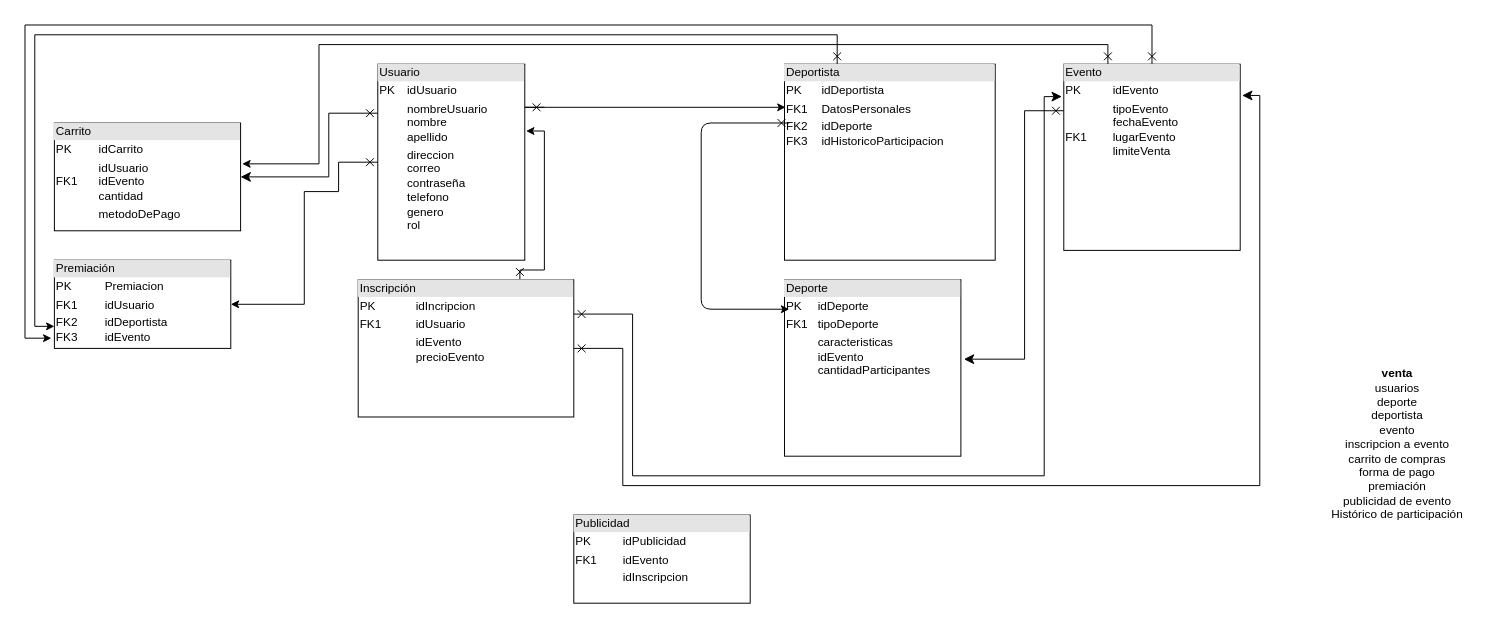
This is dataBase.drawio from cxrdonx/webApplication, a draw.io file, before an edit. Source tidied: cells renumbered, new cells numbered last; positions are measured from the earlier drawing's top-left corner, leaving out a move shared by most shapes. Both pictures are drawn from the tidied source at 98%, with x=0, y=0 at pixel (24, 24).
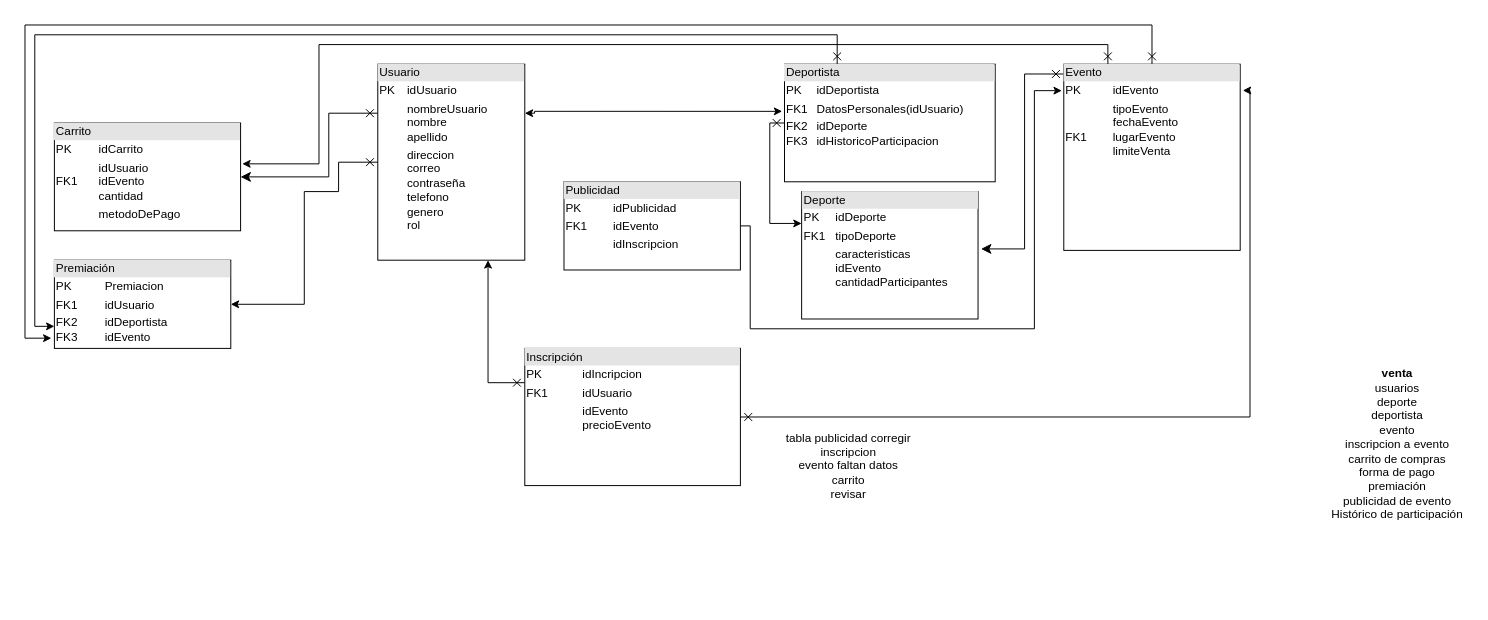
After the change.

Unchanged cells that the change refers to:
```xml
<mxCell id="6" value="&lt;div style=&quot;box-sizing: border-box ; width: 100% ; background: #e4e4e4 ; padding: 2px&quot;&gt;Usuario&lt;br&gt;&lt;/div&gt;&lt;table style=&quot;width: 100% ; font-size: 1em&quot; cellspacing=&quot;0&quot; cellpadding=&quot;2&quot;&gt;&lt;tbody&gt;&lt;tr&gt;&lt;td&gt;PK&lt;/td&gt;&lt;td&gt;idUsuario&lt;br&gt;&lt;/td&gt;&lt;/tr&gt;&lt;tr&gt;&lt;td&gt;&lt;br&gt;&lt;/td&gt;&lt;td&gt;nombreUsuario&lt;br&gt;nombre&lt;br&gt;apellido&lt;br&gt;&lt;/td&gt;&lt;/tr&gt;&lt;tr&gt;&lt;td&gt;&lt;br&gt;&lt;/td&gt;&lt;td&gt;direccion&lt;br&gt;correo&lt;br&gt;contraseña&lt;br&gt;telefono&lt;br&gt;genero&lt;br&gt;rol&lt;br&gt;&lt;br&gt;&lt;/td&gt;&lt;/tr&gt;&lt;/tbody&gt;&lt;/table&gt;" style="verticalAlign=top;align=left;overflow=fill;html=1;" parent="1" vertex="1">
  <mxGeometry x="360" y="40" width="150" height="200" as="geometry" />
</mxCell>
<mxCell id="11" value="&lt;div style=&quot;box-sizing: border-box ; width: 100% ; background: #e4e4e4 ; padding: 2px&quot;&gt;Evento&lt;br&gt;&lt;/div&gt;&lt;table style=&quot;width: 100% ; font-size: 1em&quot; cellspacing=&quot;0&quot; cellpadding=&quot;2&quot;&gt;&lt;tbody&gt;&lt;tr&gt;&lt;td&gt;PK&lt;/td&gt;&lt;td&gt;idEvento&lt;br&gt;&lt;/td&gt;&lt;/tr&gt;&lt;tr&gt;&lt;td&gt;FK1&lt;/td&gt;&lt;td&gt;tipoEvento&lt;br&gt;fechaEvento&lt;br&gt;lugarEvento&lt;br&gt;limiteVenta&lt;br&gt;&lt;br&gt;&lt;/td&gt;&lt;/tr&gt;&lt;tr&gt;&lt;td&gt;&lt;br&gt;&lt;/td&gt;&lt;td&gt;&lt;br&gt;&lt;/td&gt;&lt;/tr&gt;&lt;/tbody&gt;&lt;/table&gt;" style="verticalAlign=top;align=left;overflow=fill;html=1;" parent="1" vertex="1">
  <mxGeometry x="1060" y="40" width="180" height="190" as="geometry" />
</mxCell>
```

The edit, as a diff of the source:
```diff
@@
-    <mxCell id="3" style="edgeStyle=orthogonalEdgeStyle;rounded=0;jettySize=auto;html=1;entryX=0.005;entryY=0.22;entryDx=0;entryDy=0;entryPerimeter=0;startArrow=cross;startFill=0;" parent="1" edge="1" target="13">
-      <mxGeometry relative="1" as="geometry">
-        <mxPoint x="530" y="84" as="sourcePoint" />
-        <Array as="points">
-          <mxPoint x="450" y="84" />
-        </Array>
-      </mxGeometry>
-    </mxCell>
@@
+    <mxCell id="22" style="edgeStyle=orthogonalEdgeStyle;rounded=0;jettySize=auto;html=1;exitX=1;exitY=0.25;exitDx=0;exitDy=0;entryX=-0.011;entryY=0.401;entryDx=0;entryDy=0;entryPerimeter=0;startArrow=classic;startFill=1;" parent="1" edge="1" source="6" target="13">
+      <mxGeometry relative="1" as="geometry">
+        <Array as="points">
+          <mxPoint x="520" y="90" />
+          <mxPoint x="520" y="88" />
+        </Array>
+      </mxGeometry>
+    </mxCell>
@@
     <mxCell id="7" value="&lt;div style=&quot;box-sizing: border-box ; width: 100% ; background: #e4e4e4 ; padding: 2px&quot;&gt;Deporte&lt;br&gt;&lt;/div&gt;&lt;table style=&quot;width: 100% ; font-size: 1em&quot; cellspacing=&quot;0&quot; cellpadding=&quot;2&quot;&gt;&lt;tbody&gt;&lt;tr&gt;&lt;td&gt;PK&lt;/td&gt;&lt;td&gt;idDeporte&lt;br&gt;&lt;/td&gt;&lt;/tr&gt;&lt;tr&gt;&lt;td&gt;FK1&lt;/td&gt;&lt;td&gt;tipoDeporte&lt;br&gt;&lt;/td&gt;&lt;/tr&gt;&lt;tr&gt;&lt;td&gt;&lt;br&gt;&lt;/td&gt;&lt;td&gt;caracteristicas&lt;br&gt;idEvento&lt;br&gt;cantidadParticipantes&lt;br&gt;&lt;br&gt;&lt;/td&gt;&lt;/tr&gt;&lt;/tbody&gt;&lt;/table&gt;" style="verticalAlign=top;align=left;overflow=fill;html=1;" parent="1" vertex="1">
-      <mxGeometry x="775" y="260" width="180" height="180" as="geometry" />
+      <mxGeometry x="792.5" y="170" width="180" height="130" as="geometry" />
     </mxCell>
-    <mxCell id="8" style="edgeStyle=orthogonalEdgeStyle;rounded=0;jettySize=auto;html=1;exitX=0;exitY=0.25;exitDx=0;exitDy=0;startArrow=cross;startFill=0;startSize=6;endSize=8;entryX=1.017;entryY=0.45;entryDx=0;entryDy=0;entryPerimeter=0;" parent="1" edge="1" source="11" target="7">
+    <mxCell id="8" style="edgeStyle=orthogonalEdgeStyle;rounded=0;jettySize=auto;html=1;startArrow=cross;startFill=0;startSize=6;endSize=8;entryX=1.017;entryY=0.45;entryDx=0;entryDy=0;entryPerimeter=0;" parent="1" edge="1" source="11" target="7">
       <mxGeometry relative="1" as="geometry">
         <Array as="points">
-          <mxPoint x="1020" y="88" />
-          <mxPoint x="1020" y="341" />
+          <mxPoint x="1020" y="50" />
+          <mxPoint x="1020" y="229" />
         </Array>
       </mxGeometry>
     </mxCell>
@@
+    <mxCell id="18" style="edgeStyle=orthogonalEdgeStyle;rounded=0;jettySize=auto;html=1;exitX=0;exitY=0.5;exitDx=0;exitDy=0;entryX=0;entryY=0.25;entryDx=0;entryDy=0;startArrow=cross;startFill=0;" parent="1" edge="1" source="13" target="7">
+      <mxGeometry relative="1" as="geometry">
+        <Array as="points">
+          <mxPoint x="760" y="100" />
+          <mxPoint x="760" y="203" />
+        </Array>
+      </mxGeometry>
+    </mxCell>
-    <mxCell id="13" value="&lt;div style=&quot;box-sizing: border-box ; width: 100% ; background: #e4e4e4 ; padding: 2px&quot;&gt;Deportista&lt;br&gt;&lt;/div&gt;&lt;table style=&quot;width: 100% ; font-size: 1em&quot; cellspacing=&quot;0&quot; cellpadding=&quot;2&quot;&gt;&lt;tbody&gt;&lt;tr&gt;&lt;td&gt;PK&lt;/td&gt;&lt;td&gt;idDeportista&lt;br&gt;&lt;/td&gt;&lt;/tr&gt;&lt;tr&gt;&lt;td&gt;FK1&lt;/td&gt;&lt;td&gt;DatosPersonales&lt;br&gt;&lt;/td&gt;&lt;/tr&gt;&lt;tr&gt;&lt;td&gt;FK2&lt;br&gt;FK3 &lt;br&gt;&lt;/td&gt;&lt;td&gt;idDeporte&lt;br&gt;idHistoricoParticipacion&lt;br&gt;&lt;/td&gt;&lt;/tr&gt;&lt;/tbody&gt;&lt;/table&gt;" style="verticalAlign=top;align=left;overflow=fill;html=1;" parent="1" vertex="1">
-      <mxGeometry x="775" y="40" width="215" height="200" as="geometry" />
+    <mxCell id="13" value="&lt;div style=&quot;box-sizing: border-box ; width: 100% ; background: #e4e4e4 ; padding: 2px&quot;&gt;Deportista&lt;br&gt;&lt;/div&gt;&lt;table style=&quot;width: 100% ; font-size: 1em&quot; cellspacing=&quot;0&quot; cellpadding=&quot;2&quot;&gt;&lt;tbody&gt;&lt;tr&gt;&lt;td&gt;PK&lt;/td&gt;&lt;td&gt;idDeportista&lt;br&gt;&lt;/td&gt;&lt;/tr&gt;&lt;tr&gt;&lt;td&gt;FK1&lt;/td&gt;&lt;td&gt;DatosPersonales(idUsuario)&lt;br&gt;&lt;/td&gt;&lt;/tr&gt;&lt;tr&gt;&lt;td&gt;FK2&lt;br&gt;FK3 &lt;br&gt;&lt;/td&gt;&lt;td&gt;idDeporte&lt;br&gt;idHistoricoParticipacion&lt;br&gt;&lt;/td&gt;&lt;/tr&gt;&lt;/tbody&gt;&lt;/table&gt;" style="verticalAlign=top;align=left;overflow=fill;html=1;" parent="1" vertex="1">
+      <mxGeometry x="775" y="40" width="215" height="120" as="geometry" />
     </mxCell>
-    <mxCell id="14" style="edgeStyle=orthogonalEdgeStyle;rounded=0;jettySize=auto;html=1;exitX=1;exitY=0.25;exitDx=0;exitDy=0;startArrow=cross;startFill=0;startSize=6;endSize=8;entryX=-0.011;entryY=0.174;entryDx=0;entryDy=0;entryPerimeter=0;" parent="1" edge="1" source="17" target="11">
-      <mxGeometry relative="1" as="geometry">
-        <Array as="points">
-          <mxPoint x="620" y="295" />
-          <mxPoint x="620" y="460" />
-          <mxPoint x="1040" y="460" />
-          <mxPoint x="1040" y="73" />
-        </Array>
-      </mxGeometry>
-    </mxCell>
-    <mxCell id="15" style="edgeStyle=orthogonalEdgeStyle;rounded=0;jettySize=auto;html=1;exitX=1;exitY=0.5;exitDx=0;exitDy=0;startArrow=cross;startFill=0;startSize=6;endSize=8;entryX=1.011;entryY=0.168;entryDx=0;entryDy=0;entryPerimeter=0;" parent="1" edge="1" source="17" target="11">
-      <mxGeometry relative="1" as="geometry">
-        <Array as="points">
-          <mxPoint x="610" y="330" />
-          <mxPoint x="610" y="470" />
-          <mxPoint x="1260" y="470" />
-          <mxPoint x="1260" y="72" />
-        </Array>
-      </mxGeometry>
-    </mxCell>
+    <mxCell id="23" style="edgeStyle=orthogonalEdgeStyle;rounded=0;jettySize=auto;html=1;exitX=1;exitY=0.5;exitDx=0;exitDy=0;entryX=1.015;entryY=0.141;entryDx=0;entryDy=0;entryPerimeter=0;startArrow=cross;startFill=0;" parent="1" edge="1" source="17" target="11">
+      <mxGeometry relative="1" as="geometry">
+        <Array as="points">
+          <mxPoint x="1250" y="400" />
+          <mxPoint x="1250" y="67" />
+        </Array>
+      </mxGeometry>
+    </mxCell>
-    <mxCell id="16" style="edgeStyle=orthogonalEdgeStyle;rounded=0;jettySize=auto;html=1;exitX=0.75;exitY=0;exitDx=0;exitDy=0;startArrow=cross;startFill=0;entryX=1.009;entryY=0.341;entryDx=0;entryDy=0;entryPerimeter=0;" parent="1" edge="1" source="17" target="6">
-      <mxGeometry relative="1" as="geometry">
-        <Array as="points">
-          <mxPoint x="505" y="250" />
-          <mxPoint x="530" y="250" />
-          <mxPoint x="530" y="108" />
-        </Array>
-      </mxGeometry>
+    <mxCell id="16" style="edgeStyle=orthogonalEdgeStyle;rounded=0;jettySize=auto;html=1;exitX=0;exitY=0.25;exitDx=0;exitDy=0;entryX=0.75;entryY=1;entryDx=0;entryDy=0;startArrow=cross;startFill=0;" parent="1" edge="1" source="17" target="6">
+      <mxGeometry relative="1" as="geometry" />
     </mxCell>
     <mxCell id="17" value="&lt;div style=&quot;box-sizing: border-box ; width: 100% ; background: #e4e4e4 ; padding: 2px&quot;&gt;Inscripción&lt;br&gt;&lt;/div&gt;&lt;table style=&quot;width: 100% ; font-size: 1em&quot; cellspacing=&quot;0&quot; cellpadding=&quot;2&quot;&gt;&lt;tbody&gt;&lt;tr&gt;&lt;td&gt;PK&lt;/td&gt;&lt;td&gt;idIncripcion&lt;br&gt;&lt;/td&gt;&lt;/tr&gt;&lt;tr&gt;&lt;td&gt;FK1&lt;/td&gt;&lt;td&gt;idUsuario&lt;br&gt;&lt;/td&gt;&lt;/tr&gt;&lt;tr&gt;&lt;td&gt;&lt;br&gt;&lt;/td&gt;&lt;td&gt;idEvento&lt;br&gt;precioEvento&lt;br&gt;&lt;br&gt;&lt;/td&gt;&lt;/tr&gt;&lt;/tbody&gt;&lt;/table&gt;" style="verticalAlign=top;align=left;overflow=fill;html=1;" parent="1" vertex="1">
-      <mxGeometry x="340" y="260" width="220" height="140" as="geometry" />
+      <mxGeometry x="510" y="330" width="220" height="140" as="geometry" />
     </mxCell>
-    <mxCell id="18" style="endArrow=classic;startArrow=cross;html=1;startFill=0;exitX=0.023;exitY=0.3;exitDx=0;exitDy=0;exitPerimeter=0;entryX=0.027;entryY=0.167;entryDx=0;entryDy=0;entryPerimeter=0;" parent="1" edge="1" source="13" target="7">
-      <mxGeometry relative="1" as="geometry">
-        <Array as="points">
-          <mxPoint x="690" y="100" />
-          <mxPoint x="690" y="290" />
-        </Array>
-      </mxGeometry>
-    </mxCell>
@@
+    <mxCell id="24" style="edgeStyle=orthogonalEdgeStyle;rounded=0;jettySize=auto;html=1;exitX=1;exitY=0.5;exitDx=0;exitDy=0;" parent="1" edge="1" source="21">
+      <mxGeometry relative="1" as="geometry">
+        <mxPoint x="1058" y="67" as="targetPoint" />
+        <Array as="points">
+          <mxPoint x="740" y="205" />
+          <mxPoint x="740" y="310" />
+          <mxPoint x="1030" y="310" />
+          <mxPoint x="1030" y="67" />
+        </Array>
+      </mxGeometry>
+    </mxCell>
     <mxCell id="21" value="&lt;div style=&quot;box-sizing: border-box ; width: 100% ; background: #e4e4e4 ; padding: 2px&quot;&gt;Publicidad&lt;br&gt;&lt;/div&gt;&lt;table style=&quot;width: 100% ; font-size: 1em&quot; cellspacing=&quot;0&quot; cellpadding=&quot;2&quot;&gt;&lt;tbody&gt;&lt;tr&gt;&lt;td&gt;PK&lt;/td&gt;&lt;td&gt;idPublicidad&lt;br&gt;&lt;/td&gt;&lt;/tr&gt;&lt;tr&gt;&lt;td&gt;FK1&lt;/td&gt;&lt;td&gt;idEvento&lt;br&gt;&lt;/td&gt;&lt;/tr&gt;&lt;tr&gt;&lt;td&gt;&lt;br&gt;&lt;/td&gt;&lt;td&gt;idInscripcion&lt;br&gt;&lt;/td&gt;&lt;/tr&gt;&lt;/tbody&gt;&lt;/table&gt;" style="verticalAlign=top;align=left;overflow=fill;html=1;" parent="1" vertex="1">
-      <mxGeometry x="560" y="500" width="180" height="90" as="geometry" />
+      <mxGeometry x="550" y="160" width="180" height="90" as="geometry" />
     </mxCell>
+    <mxCell id="25" value="&lt;div&gt;tabla publicidad corregir&lt;/div&gt;&lt;div&gt;inscripcion &lt;br&gt;&lt;/div&gt;&lt;div&gt;evento faltan datos&lt;/div&gt;&lt;div&gt;carrito&lt;/div&gt;&lt;div&gt;revisar&lt;br&gt;&lt;/div&gt;" style="text;html=1;align=center;verticalAlign=middle;" parent="1" vertex="1">
+      <mxGeometry x="770" y="410" width="140" height="80" as="geometry" />
+    </mxCell>
```
